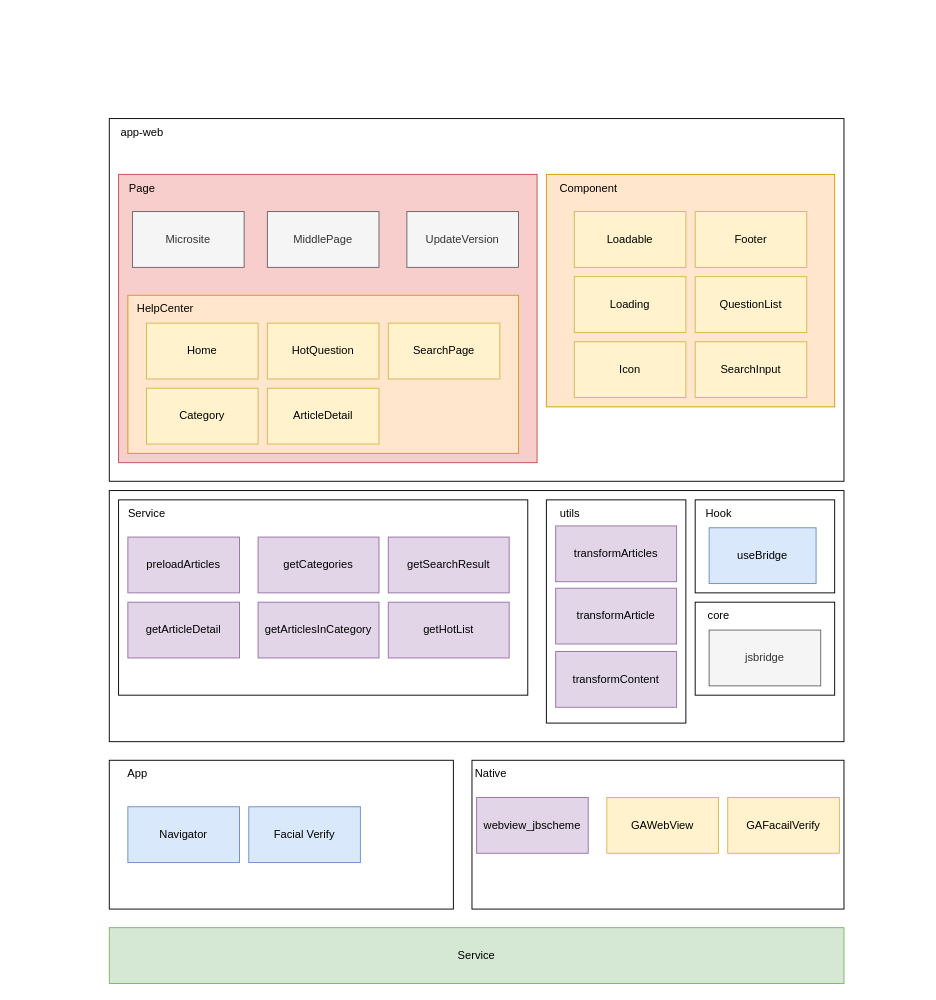
Above: page "第 2 页" (2 of 3) of helpcenter.drawio in RexYao97/sfrex (draw.io), before the change. Source tidied: cells renumbered, new cells numbered last; positions are measured from the earlier drawing's top-left corner, leaving out a move shared by most shapes. Both pictures are drawn from the tidied source at 93%, with x=0, y=0 at pixel (109, 118).
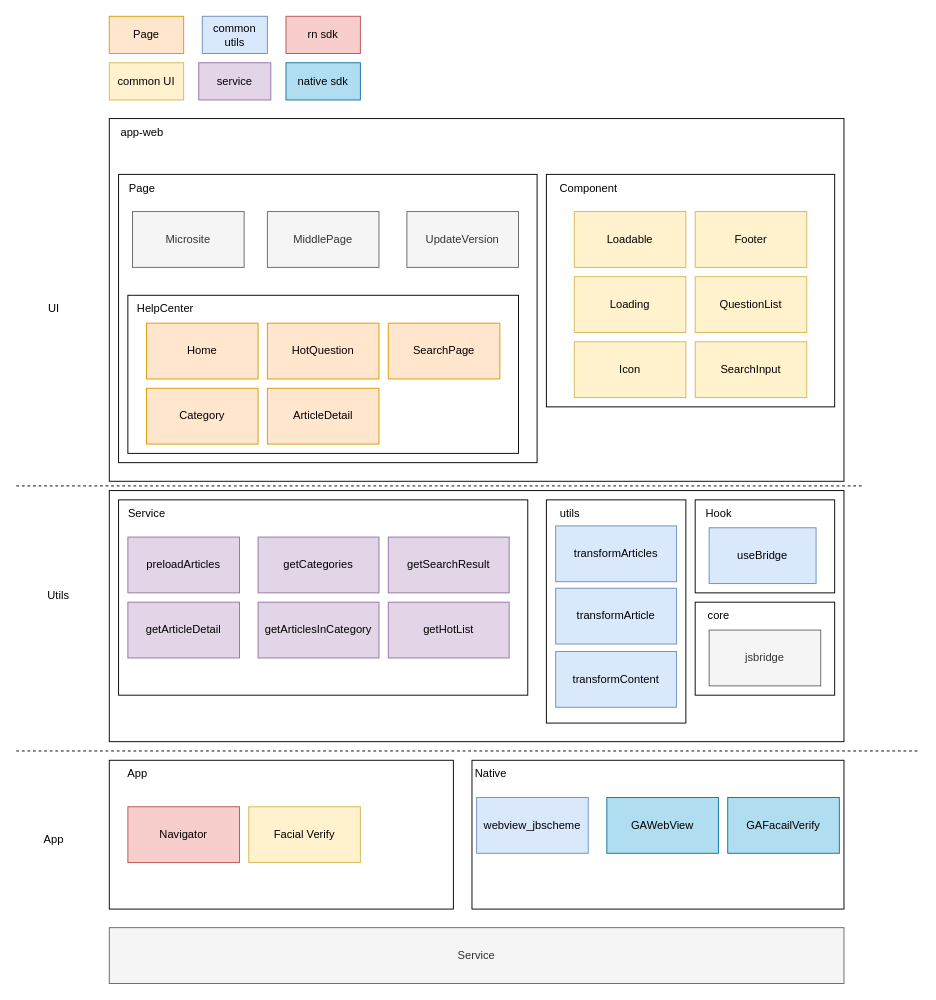
After the change.

The edit, as a diff of the source:
```diff
@@
-    <mxCell id="5" style="whiteSpace=wrap;html=1;fillColor=#f8cecc;strokeColor=#b85450;" parent="1" vertex="1">
+    <mxCell id="5" style="whiteSpace=wrap;html=1;" parent="1" vertex="1">
       <mxGeometry x="10" y="60" width="450" height="310" as="geometry" />
     </mxCell>
@@
-    <mxCell id="7" style="rounded=0;whiteSpace=wrap;html=1;fillColor=#ffe6cc;strokeColor=#d79b00;" parent="1" vertex="1">
+    <mxCell id="7" style="rounded=0;whiteSpace=wrap;html=1;" parent="1" vertex="1">
       <mxGeometry x="20" y="190" width="420" height="170" as="geometry" />
     </mxCell>
@@
-    <mxCell id="11" value="Home" style="rounded=0;whiteSpace=wrap;html=1;fillColor=#fff2cc;strokeColor=#d6b656;" parent="1" vertex="1">
+    <mxCell id="11" value="Home" style="rounded=0;whiteSpace=wrap;html=1;fillColor=#ffe6cc;strokeColor=#d79b00;" parent="1" vertex="1">
       <mxGeometry x="40" y="220" width="120" height="60" as="geometry" />
     </mxCell>
-    <mxCell id="12" value="Category" style="rounded=0;whiteSpace=wrap;html=1;fillColor=#fff2cc;strokeColor=#d6b656;" parent="1" vertex="1">
+    <mxCell id="12" value="Category" style="rounded=0;whiteSpace=wrap;html=1;fillColor=#ffe6cc;strokeColor=#d79b00;" parent="1" vertex="1">
       <mxGeometry x="40" y="290" width="120" height="60" as="geometry" />
     </mxCell>
-    <mxCell id="13" value="HotQuestion" style="rounded=0;whiteSpace=wrap;html=1;fillColor=#fff2cc;strokeColor=#d6b656;" parent="1" vertex="1">
+    <mxCell id="13" value="HotQuestion" style="rounded=0;whiteSpace=wrap;html=1;fillColor=#ffe6cc;strokeColor=#d79b00;" parent="1" vertex="1">
       <mxGeometry x="170" y="220" width="120" height="60" as="geometry" />
     </mxCell>
-    <mxCell id="14" value="ArticleDetail" style="rounded=0;whiteSpace=wrap;html=1;fillColor=#fff2cc;strokeColor=#d6b656;" parent="1" vertex="1">
+    <mxCell id="14" value="ArticleDetail" style="rounded=0;whiteSpace=wrap;html=1;fillColor=#ffe6cc;strokeColor=#d79b00;" parent="1" vertex="1">
       <mxGeometry x="170" y="290" width="120" height="60" as="geometry" />
     </mxCell>
-    <mxCell id="15" value="SearchPage" style="rounded=0;whiteSpace=wrap;html=1;fillColor=#fff2cc;strokeColor=#d6b656;" parent="1" vertex="1">
+    <mxCell id="15" value="SearchPage" style="rounded=0;whiteSpace=wrap;html=1;fillColor=#ffe6cc;strokeColor=#d79b00;" parent="1" vertex="1">
       <mxGeometry x="300" y="220" width="120" height="60" as="geometry" />
     </mxCell>
@@
-    <mxCell id="18" style="rounded=0;whiteSpace=wrap;html=1;fillColor=#ffe6cc;strokeColor=#d79b00;" parent="1" vertex="1">
+    <mxCell id="18" style="rounded=0;whiteSpace=wrap;html=1;" parent="1" vertex="1">
       <mxGeometry x="470" y="60" width="310" height="250" as="geometry" />
     </mxCell>
@@
-    <mxCell id="42" value="transformArticles" style="rounded=0;whiteSpace=wrap;html=1;fillColor=#e1d5e7;strokeColor=#9673a6;" parent="1" vertex="1">
+    <mxCell id="42" value="transformArticles" style="rounded=0;whiteSpace=wrap;html=1;fillColor=#dae8fc;strokeColor=#6c8ebf;" parent="1" vertex="1">
       <mxGeometry x="480" y="438" width="130" height="60" as="geometry" />
     </mxCell>
-    <mxCell id="43" value="transformArticle" style="rounded=0;whiteSpace=wrap;html=1;fillColor=#e1d5e7;strokeColor=#9673a6;" parent="1" vertex="1">
+    <mxCell id="43" value="transformArticle" style="rounded=0;whiteSpace=wrap;html=1;fillColor=#dae8fc;strokeColor=#6c8ebf;" parent="1" vertex="1">
       <mxGeometry x="480" y="505" width="130" height="60" as="geometry" />
     </mxCell>
-    <mxCell id="44" value="transformContent" style="rounded=0;whiteSpace=wrap;html=1;fillColor=#e1d5e7;strokeColor=#9673a6;" parent="1" vertex="1">
+    <mxCell id="44" value="transformContent" style="rounded=0;whiteSpace=wrap;html=1;fillColor=#dae8fc;strokeColor=#6c8ebf;" parent="1" vertex="1">
       <mxGeometry x="480" y="573" width="130" height="60" as="geometry" />
     </mxCell>
-    <mxCell id="45" value="Service" style="rounded=0;whiteSpace=wrap;html=1;fillColor=#d5e8d4;strokeColor=#82b366;" parent="1" vertex="1">
+    <mxCell id="45" value="Service" style="rounded=0;whiteSpace=wrap;html=1;fillColor=#f5f5f5;strokeColor=#666666;fontColor=#333333;" parent="1" vertex="1">
       <mxGeometry y="870" width="790" height="60" as="geometry" />
     </mxCell>
@@
-    <mxCell id="48" value="GAWebView" style="rounded=0;whiteSpace=wrap;html=1;fillColor=#fff2cc;strokeColor=#d6b656;" parent="1" vertex="1">
+    <mxCell id="48" value="GAWebView" style="rounded=0;whiteSpace=wrap;html=1;fillColor=#b1ddf0;strokeColor=#10739e;" parent="1" vertex="1">
       <mxGeometry x="535" y="730" width="120" height="60" as="geometry" />
     </mxCell>
-    <mxCell id="49" value="webview_jbscheme" style="rounded=0;whiteSpace=wrap;html=1;fillColor=#e1d5e7;strokeColor=#9673a6;" parent="1" vertex="1">
+    <mxCell id="49" value="webview_jbscheme" style="rounded=0;whiteSpace=wrap;html=1;fillColor=#dae8fc;strokeColor=#6c8ebf;" parent="1" vertex="1">
       <mxGeometry x="395" y="730" width="120" height="60" as="geometry" />
     </mxCell>
-    <mxCell id="50" value="Navigator" style="whiteSpace=wrap;html=1;fillColor=#dae8fc;strokeColor=#6c8ebf;" parent="1" vertex="1">
+    <mxCell id="50" value="Navigator" style="whiteSpace=wrap;html=1;fillColor=#f8cecc;strokeColor=#b85450;" parent="1" vertex="1">
       <mxGeometry x="20" y="740" width="120" height="60" as="geometry" />
     </mxCell>
@@
-    <mxCell id="52" value="Facial Verify" style="whiteSpace=wrap;html=1;fillColor=#dae8fc;strokeColor=#6c8ebf;" parent="1" vertex="1">
+    <mxCell id="52" value="Facial Verify" style="whiteSpace=wrap;html=1;fillColor=#fff2cc;strokeColor=#d6b656;" parent="1" vertex="1">
       <mxGeometry x="150" y="740" width="120" height="60" as="geometry" />
     </mxCell>
-    <mxCell id="53" value="GAFacailVerify" style="rounded=0;whiteSpace=wrap;html=1;fillColor=#fff2cc;strokeColor=#d6b656;" parent="1" vertex="1">
+    <mxCell id="53" value="GAFacailVerify" style="rounded=0;whiteSpace=wrap;html=1;fillColor=#b1ddf0;strokeColor=#10739e;" parent="1" vertex="1">
       <mxGeometry x="665" y="730" width="120" height="60" as="geometry" />
     </mxCell>
+    <mxCell id="54" style="endArrow=none;dashed=1;html=1;rounded=0;" parent="1" edge="1">
+      <mxGeometry relative="1" as="geometry">
+        <mxPoint x="-100" y="680" as="sourcePoint" />
+        <mxPoint x="870" y="680" as="targetPoint" />
+      </mxGeometry>
+    </mxCell>
+    <mxCell id="55" value="UI" style="text;html=1;align=center;verticalAlign=middle;strokeColor=none;fillColor=none;" parent="1" vertex="1">
+      <mxGeometry x="-80" y="190" width="40" height="30" as="geometry" />
+    </mxCell>
+    <mxCell id="56" value="Utils" style="text;html=1;align=center;verticalAlign=middle;strokeColor=none;fillColor=none;" parent="1" vertex="1">
+      <mxGeometry x="-80" y="498" width="50" height="30" as="geometry" />
+    </mxCell>
+    <mxCell id="57" value="App" style="text;html=1;align=center;verticalAlign=middle;strokeColor=none;fillColor=none;" parent="1" vertex="1">
+      <mxGeometry x="-80" y="760" width="40" height="30" as="geometry" />
+    </mxCell>
+    <mxCell id="58" style="endArrow=none;dashed=1;html=1;rounded=0;" parent="1" edge="1">
+      <mxGeometry relative="1" as="geometry">
+        <mxPoint x="-100" y="395" as="sourcePoint" />
+        <mxPoint x="810" y="395" as="targetPoint" />
+      </mxGeometry>
+    </mxCell>
+    <mxCell id="59" value="Page" style="rounded=0;whiteSpace=wrap;html=1;fillColor=#ffe6cc;strokeColor=#d79b00;" parent="1" vertex="1">
+      <mxGeometry y="-110" width="80" height="40" as="geometry" />
+    </mxCell>
+    <mxCell id="60" value="common UI" style="rounded=0;whiteSpace=wrap;html=1;fillColor=#fff2cc;strokeColor=#d6b656;" parent="1" vertex="1">
+      <mxGeometry y="-60" width="80" height="40" as="geometry" />
+    </mxCell>
+    <mxCell id="61" value="service" style="rounded=0;whiteSpace=wrap;html=1;fillColor=#e1d5e7;strokeColor=#9673a6;" parent="1" vertex="1">
+      <mxGeometry x="96.2" y="-60" width="77.5" height="40" as="geometry" />
+    </mxCell>
+    <mxCell id="62" value="common utils" style="rounded=0;whiteSpace=wrap;html=1;fillColor=#dae8fc;strokeColor=#6c8ebf;" parent="1" vertex="1">
+      <mxGeometry x="100" y="-110" width="70" height="40" as="geometry" />
+    </mxCell>
+    <mxCell id="63" value="rn sdk" style="whiteSpace=wrap;html=1;fillColor=#f8cecc;strokeColor=#b85450;" parent="1" vertex="1">
+      <mxGeometry x="190" y="-110" width="80" height="40" as="geometry" />
+    </mxCell>
+    <mxCell id="64" value="native sdk" style="rounded=0;whiteSpace=wrap;html=1;fillColor=#b1ddf0;strokeColor=#10739e;" parent="1" vertex="1">
+      <mxGeometry x="190" y="-60" width="80" height="40" as="geometry" />
+    </mxCell>
```
